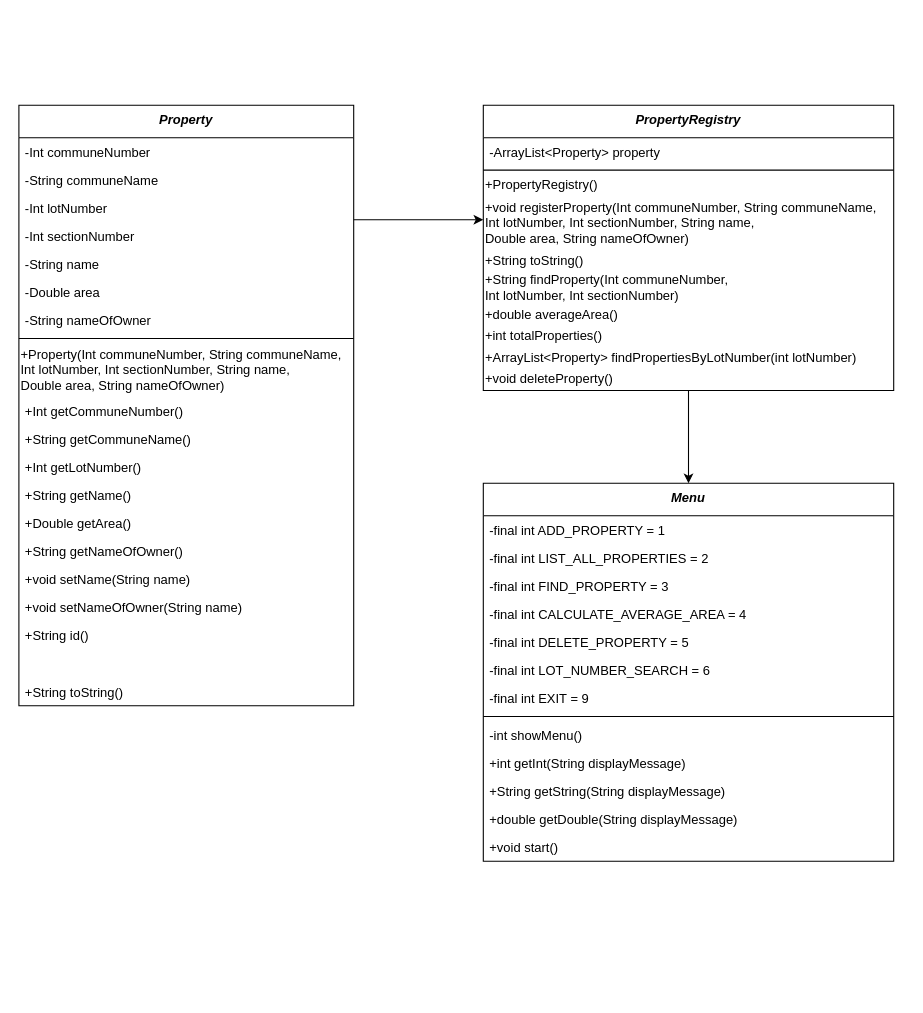
The draw.io diagram Oppg11/Klassediagram.drawio in SchatzerZD/Ovinger, before the edit. Source tidied: cells renumbered, new cells numbered last; positions are measured from the earlier drawing's top-left corner, leaving out a move shared by most shapes. Both pictures are drawn from the tidied source at 108%, with x=0, y=0 at pixel (18, 105).
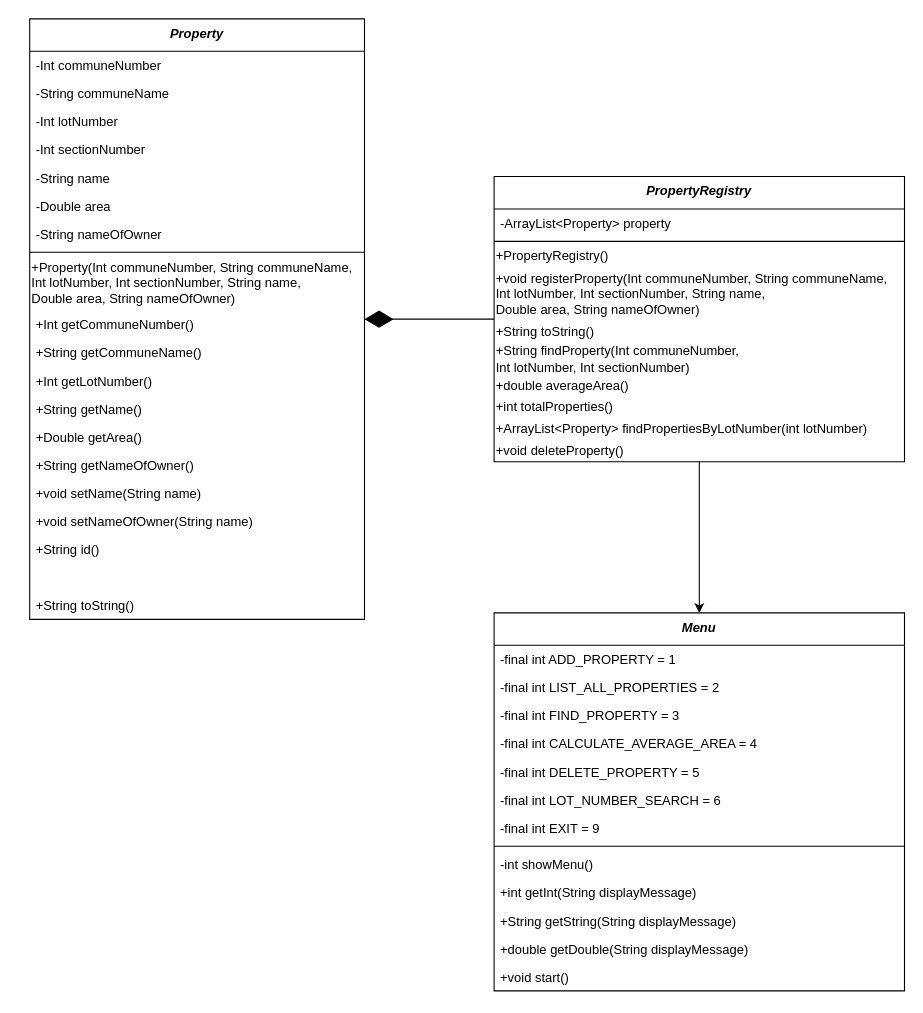
The same page after the edit.

The edit, as a diff of the source:
```diff
@@
-    <mxCell id="2" style="edgeStyle=orthogonalEdgeStyle;rounded=0;jettySize=auto;html=1;" parent="1" edge="1" source="3" target="25">
-      <mxGeometry relative="1" as="geometry">
-        <Array as="points">
-          <mxPoint x="340" y="106" />
-          <mxPoint x="340" y="106" />
-        </Array>
-      </mxGeometry>
-    </mxCell>
     <mxCell id="3" value="Property" style="swimlane;fontStyle=3;align=center;verticalAlign=top;horizontal=1;startSize=30;rounded=0;shadow=0;strokeWidth=1;labelBorderColor=none;" parent="1" vertex="1">
-      <mxGeometry width="310" height="556" as="geometry" />
+      <mxGeometry x="10" y="-80" width="310" height="556" as="geometry" />
     </mxCell>
@@
     <mxCell id="25" value="PropertyRegistry" style="swimlane;fontStyle=3;align=center;verticalAlign=top;horizontal=1;startSize=30;rounded=0;shadow=0;strokeWidth=1;labelBorderColor=none;" parent="1" vertex="1">
-      <mxGeometry x="430" width="380" height="264" as="geometry" />
+      <mxGeometry x="440" y="66" width="380" height="264" as="geometry" />
     </mxCell>
@@
     <mxCell id="36" value="Menu" style="swimlane;fontStyle=3;align=center;verticalAlign=top;horizontal=1;startSize=30;rounded=0;shadow=0;strokeWidth=1;labelBorderColor=none;" parent="1" vertex="1">
-      <mxGeometry x="430" y="350" width="380" height="350" as="geometry" />
+      <mxGeometry x="440" y="470" width="380" height="350" as="geometry" />
     </mxCell>
@@
+    <mxCell id="50" style="endArrow=diamondThin;endFill=1;endSize=24;html=1;rounded=0;" parent="1" edge="1" source="25" target="3">
+      <mxGeometry relative="1" as="geometry" />
+    </mxCell>
```
